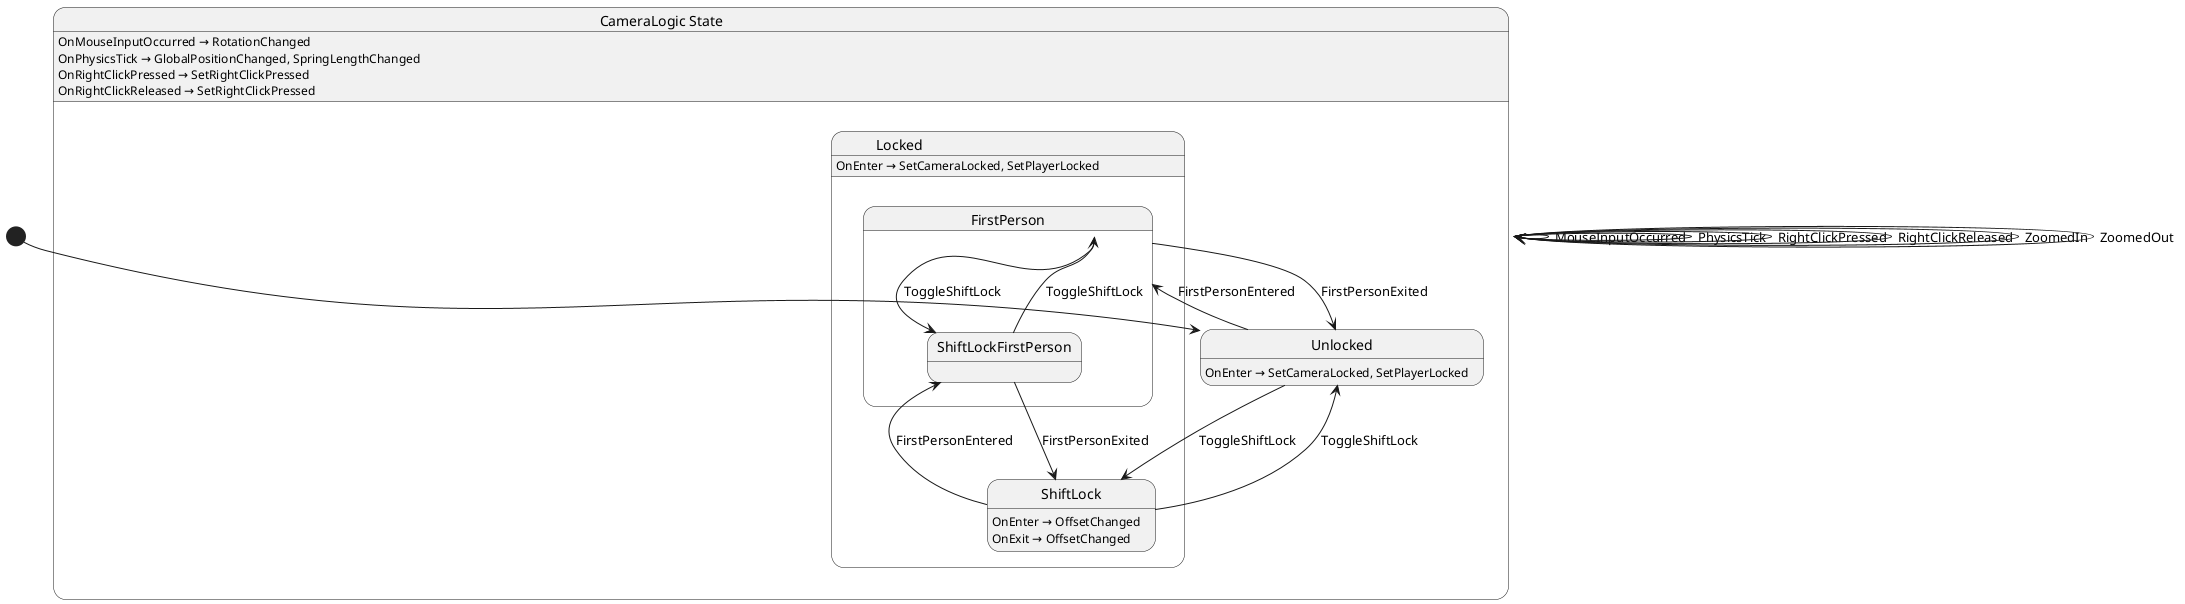
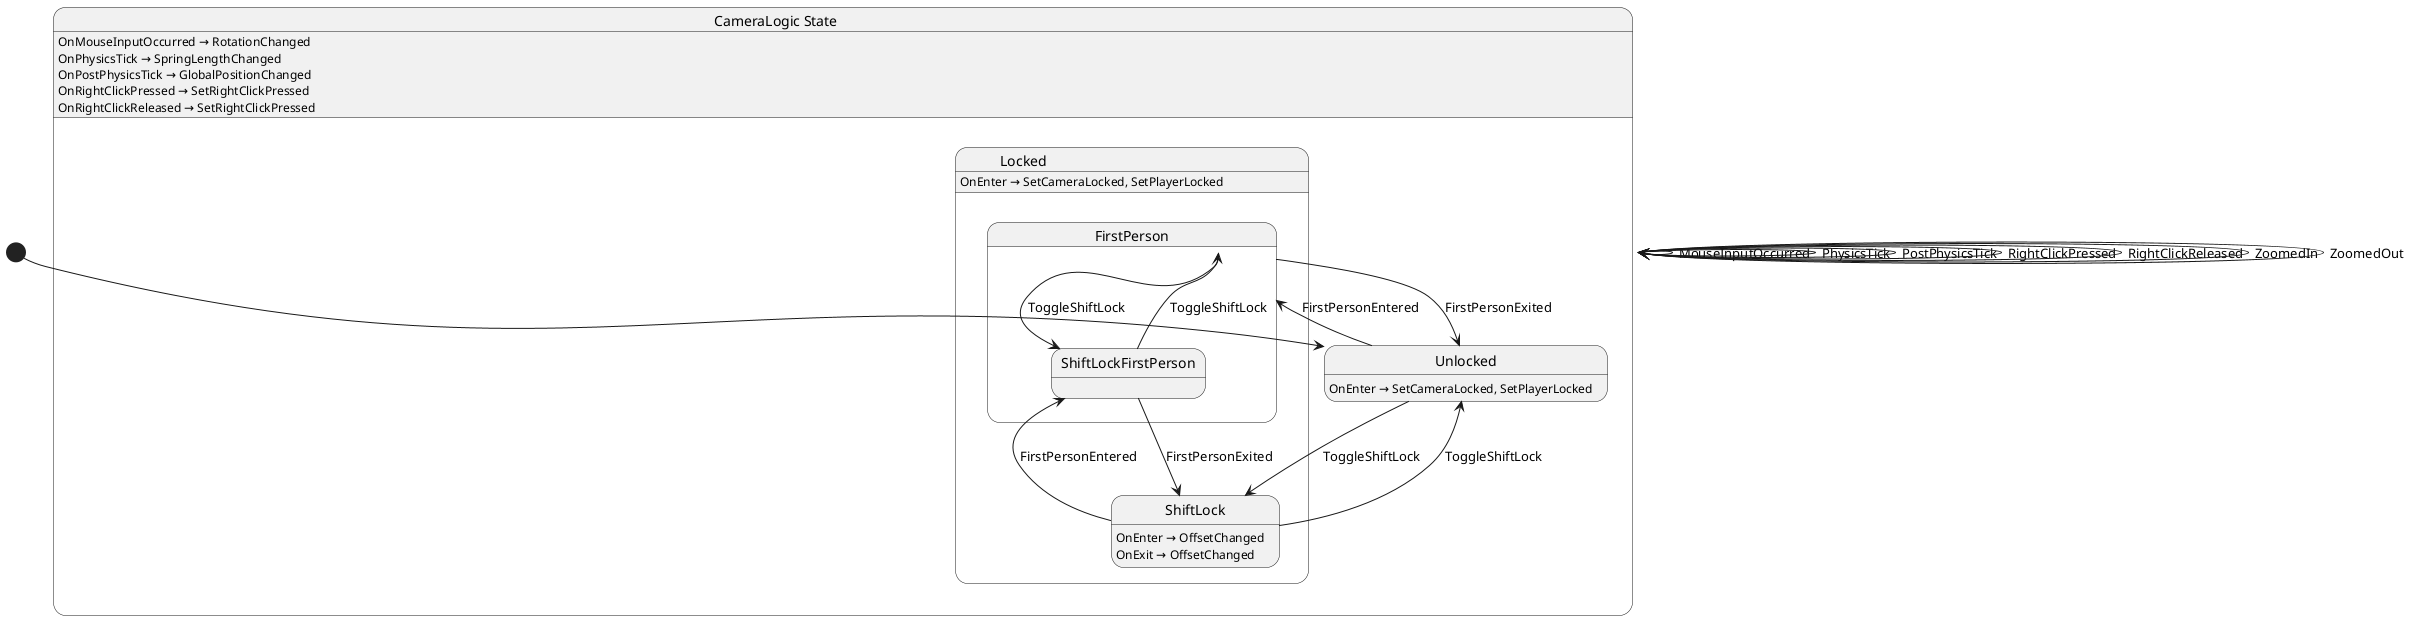
@startuml CameraLogic
state "CameraLogic State" as Jomolith_Play_Player_Camera_State_CameraLogic_CameraState {
  state "Locked" as Jomolith_Play_Player_Camera_State_CameraLogic_CameraState_Locked {
    state "FirstPerson" as Jomolith_Play_Player_Camera_State_CameraLogic_CameraState_FirstPerson {
      state "ShiftLockFirstPerson" as Jomolith_Play_Player_Camera_State_CameraLogic_CameraState_ShiftLockFirstPerson
    }
    state "ShiftLock" as Jomolith_Play_Player_Camera_State_CameraLogic_CameraState_ShiftLock
  }
  state "Unlocked" as Jomolith_Play_Player_Camera_State_CameraLogic_CameraState_Unlocked
}

Jomolith_Play_Player_Camera_State_CameraLogic_CameraState --> Jomolith_Play_Player_Camera_State_CameraLogic_CameraState : MouseInputOccurred
Jomolith_Play_Player_Camera_State_CameraLogic_CameraState --> Jomolith_Play_Player_Camera_State_CameraLogic_CameraState : PhysicsTick
+ Jomolith_Play_Player_Camera_State_CameraLogic_CameraState --> Jomolith_Play_Player_Camera_State_CameraLogic_CameraState : PostPhysicsTick
Jomolith_Play_Player_Camera_State_CameraLogic_CameraState --> Jomolith_Play_Player_Camera_State_CameraLogic_CameraState : RightClickPressed
Jomolith_Play_Player_Camera_State_CameraLogic_CameraState --> Jomolith_Play_Player_Camera_State_CameraLogic_CameraState : RightClickReleased
Jomolith_Play_Player_Camera_State_CameraLogic_CameraState --> Jomolith_Play_Player_Camera_State_CameraLogic_CameraState : ZoomedIn
Jomolith_Play_Player_Camera_State_CameraLogic_CameraState --> Jomolith_Play_Player_Camera_State_CameraLogic_CameraState : ZoomedOut
Jomolith_Play_Player_Camera_State_CameraLogic_CameraState_FirstPerson --> Jomolith_Play_Player_Camera_State_CameraLogic_CameraState_ShiftLockFirstPerson : ToggleShiftLock
Jomolith_Play_Player_Camera_State_CameraLogic_CameraState_FirstPerson --> Jomolith_Play_Player_Camera_State_CameraLogic_CameraState_Unlocked : FirstPersonExited
Jomolith_Play_Player_Camera_State_CameraLogic_CameraState_ShiftLock --> Jomolith_Play_Player_Camera_State_CameraLogic_CameraState_ShiftLockFirstPerson : FirstPersonEntered
Jomolith_Play_Player_Camera_State_CameraLogic_CameraState_ShiftLock --> Jomolith_Play_Player_Camera_State_CameraLogic_CameraState_Unlocked : ToggleShiftLock
Jomolith_Play_Player_Camera_State_CameraLogic_CameraState_ShiftLockFirstPerson --> Jomolith_Play_Player_Camera_State_CameraLogic_CameraState_FirstPerson : ToggleShiftLock
Jomolith_Play_Player_Camera_State_CameraLogic_CameraState_ShiftLockFirstPerson --> Jomolith_Play_Player_Camera_State_CameraLogic_CameraState_ShiftLock : FirstPersonExited
Jomolith_Play_Player_Camera_State_CameraLogic_CameraState_Unlocked --> Jomolith_Play_Player_Camera_State_CameraLogic_CameraState_FirstPerson : FirstPersonEntered
Jomolith_Play_Player_Camera_State_CameraLogic_CameraState_Unlocked --> Jomolith_Play_Player_Camera_State_CameraLogic_CameraState_ShiftLock : ToggleShiftLock

Jomolith_Play_Player_Camera_State_CameraLogic_CameraState : OnMouseInputOccurred → RotationChanged
- Jomolith_Play_Player_Camera_State_CameraLogic_CameraState : OnPhysicsTick → GlobalPositionChanged, SpringLengthChanged
+ Jomolith_Play_Player_Camera_State_CameraLogic_CameraState : OnPhysicsTick → SpringLengthChanged
+ Jomolith_Play_Player_Camera_State_CameraLogic_CameraState : OnPostPhysicsTick → GlobalPositionChanged
Jomolith_Play_Player_Camera_State_CameraLogic_CameraState : OnRightClickPressed → SetRightClickPressed
Jomolith_Play_Player_Camera_State_CameraLogic_CameraState : OnRightClickReleased → SetRightClickPressed
Jomolith_Play_Player_Camera_State_CameraLogic_CameraState_Locked : OnEnter → SetCameraLocked, SetPlayerLocked
Jomolith_Play_Player_Camera_State_CameraLogic_CameraState_ShiftLock : OnEnter → OffsetChanged
Jomolith_Play_Player_Camera_State_CameraLogic_CameraState_ShiftLock : OnExit → OffsetChanged
Jomolith_Play_Player_Camera_State_CameraLogic_CameraState_Unlocked : OnEnter → SetCameraLocked, SetPlayerLocked

[*] --> Jomolith_Play_Player_Camera_State_CameraLogic_CameraState_Unlocked
@enduml